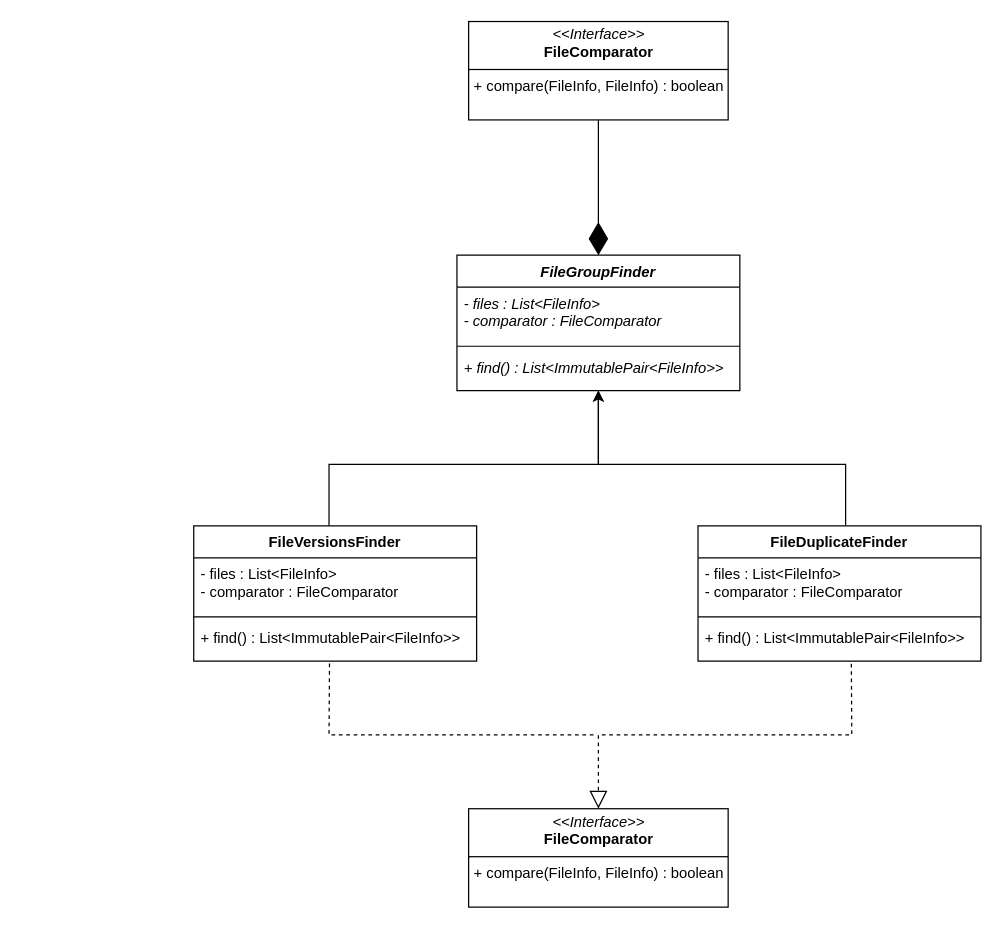
Before: page "finders" (2 of 5) of resources/class-diagrams.drawio in Mateusz2734/filesystem-cleaner, a draw.io diagram. Source tidied: cells renumbered, new cells numbered last; positions are measured from the earlier drawing's top-left corner, leaving out a move shared by most shapes. Both pictures are drawn from the tidied source at 123%, with x=0, y=0 at pixel (193, 21).
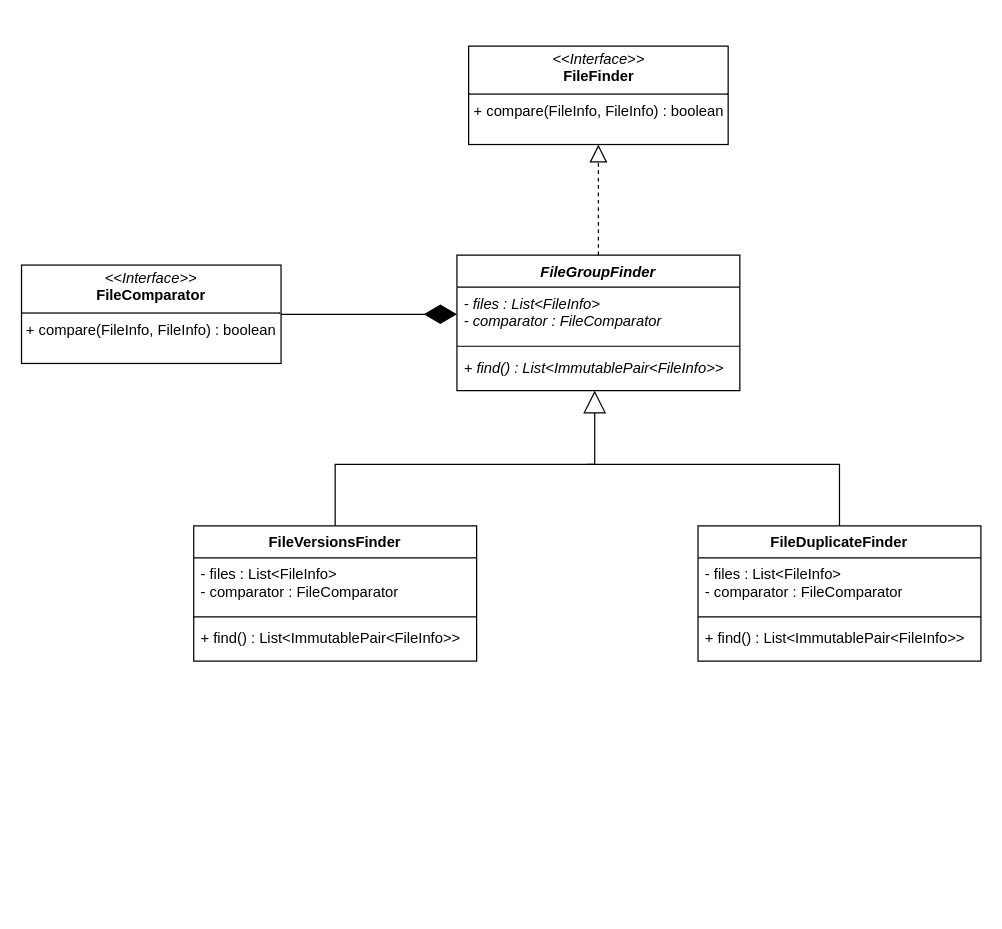
The same page after the edit.

Unchanged cells that the change refers to:
```xml
<mxCell id="2" value="&lt;i&gt;FileGroupFinder&lt;/i&gt;" style="swimlane;fontStyle=1;align=center;verticalAlign=top;horizontal=1;startSize=26;whiteSpace=wrap;html=1;" parent="1" vertex="1">
  <mxGeometry x="214" y="190" width="230" height="110" as="geometry" />
</mxCell>
<mxCell id="3" value="&lt;i&gt;- files : List&amp;lt;FileInfo&amp;gt;&lt;/i&gt;&lt;div&gt;&lt;i&gt;- comparator : FileComparator&lt;/i&gt;&lt;/div&gt;" style="text;strokeColor=none;fillColor=none;align=left;verticalAlign=top;spacingLeft=4;spacingRight=4;overflow=hidden;points=[[0,0.5],[1,0.5]];portConstraint=eastwest;whiteSpace=wrap;html=1;" parent="2" vertex="1">
  <mxGeometry y="26" width="230" height="44" as="geometry" />
</mxCell>
<mxCell id="7" value="FileDuplicateFinder" style="swimlane;fontStyle=1;align=center;verticalAlign=top;horizontal=1;startSize=26;whiteSpace=wrap;html=1;" parent="1" vertex="1">
  <mxGeometry x="410" y="410" width="230" height="110" as="geometry" />
</mxCell>
<mxCell id="10" value="+ find() : List&amp;lt;ImmutablePair&amp;lt;FileInfo&amp;gt;&amp;gt;&lt;div&gt;&lt;br&gt;&lt;/div&gt;" style="text;strokeColor=none;fillColor=none;align=left;verticalAlign=top;spacingLeft=4;spacingRight=4;overflow=hidden;points=[[0,0.5],[1,0.5]];portConstraint=eastwest;whiteSpace=wrap;html=1;" parent="7" vertex="1">
  <mxGeometry y="78" width="230" height="32" as="geometry" />
</mxCell>
<mxCell id="12" value="FileVersionsFinder" style="swimlane;fontStyle=1;align=center;verticalAlign=top;horizontal=1;startSize=26;whiteSpace=wrap;html=1;" parent="1" vertex="1">
  <mxGeometry y="410" width="230" height="110" as="geometry" />
</mxCell>
<mxCell id="15" value="+ find() : List&amp;lt;ImmutablePair&amp;lt;FileInfo&amp;gt;&amp;gt;&lt;div&gt;&lt;br&gt;&lt;/div&gt;" style="text;strokeColor=none;fillColor=none;align=left;verticalAlign=top;spacingLeft=4;spacingRight=4;overflow=hidden;points=[[0,0.5],[1,0.5]];portConstraint=eastwest;whiteSpace=wrap;html=1;" parent="12" vertex="1">
  <mxGeometry y="78" width="230" height="32" as="geometry" />
</mxCell>
```

Change to the diagram source:
```diff
@@
-    <mxCell id="6" style="edgeStyle=orthogonalEdgeStyle;rounded=0;jettySize=auto;html=1;" parent="1" edge="1" source="7">
-      <mxGeometry relative="1" as="geometry">
-        <mxPoint x="329" y="300" as="targetPoint" />
-        <Array as="points">
-          <mxPoint x="530" y="360" />
-          <mxPoint x="329" y="360" />
-        </Array>
-      </mxGeometry>
-    </mxCell>
@@
-    <mxCell id="11" style="edgeStyle=orthogonalEdgeStyle;rounded=0;jettySize=auto;html=1;" parent="1" edge="1" source="12">
-      <mxGeometry relative="1" as="geometry">
-        <mxPoint x="329" y="300" as="targetPoint" />
-        <Array as="points">
-          <mxPoint x="110" y="360" />
-          <mxPoint x="329" y="360" />
-        </Array>
-      </mxGeometry>
-    </mxCell>
@@
     <mxCell id="16" value="&lt;p style=&quot;margin:0px;margin-top:4px;text-align:center;&quot;&gt;&lt;i&gt;&amp;lt;&amp;lt;Interface&amp;gt;&amp;gt;&lt;/i&gt;&lt;br&gt;&lt;b&gt;FileComparator&lt;/b&gt;&lt;/p&gt;&lt;hr size=&quot;1&quot; style=&quot;border-style:solid;&quot;&gt;&lt;p style=&quot;margin:0px;margin-left:4px;&quot;&gt;+ compare(FileInfo, FileInfo) : boolean&amp;nbsp;&lt;/p&gt;" style="verticalAlign=top;align=left;overflow=fill;html=1;whiteSpace=wrap;" parent="1" vertex="1">
-      <mxGeometry x="223.5" width="211" height="80" as="geometry" />
+      <mxGeometry x="-140" y="198" width="211" height="80" as="geometry" />
     </mxCell>
-    <mxCell id="17" style="endArrow=diamondThin;endFill=1;endSize=24;html=1;rounded=0;entryX=0.5;entryY=0;entryDx=0;entryDy=0;exitX=0.5;exitY=1;exitDx=0;exitDy=0;" parent="1" edge="1" source="16" target="2">
+    <mxCell id="17" style="endArrow=diamondThin;endFill=1;endSize=24;html=1;rounded=0;entryX=0;entryY=0.5;entryDx=0;entryDy=0;exitX=1;exitY=0.5;exitDx=0;exitDy=0;" parent="1" edge="1" source="16" target="3">
       <mxGeometry relative="1" as="geometry" />
     </mxCell>
-    <mxCell id="18" value="&lt;p style=&quot;margin:0px;margin-top:4px;text-align:center;&quot;&gt;&lt;i&gt;&amp;lt;&amp;lt;Interface&amp;gt;&amp;gt;&lt;/i&gt;&lt;br&gt;&lt;b&gt;FileComparator&lt;/b&gt;&lt;/p&gt;&lt;hr size=&quot;1&quot; style=&quot;border-style:solid;&quot;&gt;&lt;p style=&quot;margin:0px;margin-left:4px;&quot;&gt;+ compare(FileInfo, FileInfo) : boolean&amp;nbsp;&lt;/p&gt;" style="verticalAlign=top;align=left;overflow=fill;html=1;whiteSpace=wrap;" parent="1" vertex="1">
-      <mxGeometry x="223.5" y="640" width="211" height="80" as="geometry" />
+    <mxCell id="18" value="&lt;p style=&quot;margin:0px;margin-top:4px;text-align:center;&quot;&gt;&lt;i&gt;&amp;lt;&amp;lt;Interface&amp;gt;&amp;gt;&lt;/i&gt;&lt;br&gt;&lt;b&gt;FileFinder&lt;/b&gt;&lt;/p&gt;&lt;hr size=&quot;1&quot; style=&quot;border-style:solid;&quot;&gt;&lt;p style=&quot;margin:0px;margin-left:4px;&quot;&gt;+ compare(FileInfo, FileInfo) : boolean&amp;nbsp;&lt;/p&gt;" style="verticalAlign=top;align=left;overflow=fill;html=1;whiteSpace=wrap;" parent="1" vertex="1">
+      <mxGeometry x="223.5" y="20" width="211" height="80" as="geometry" />
     </mxCell>
-    <mxCell id="19" style="endArrow=block;dashed=1;endFill=0;endSize=12;html=1;rounded=0;entryX=0.5;entryY=0;entryDx=0;entryDy=0;exitX=0.542;exitY=1.068;exitDx=0;exitDy=0;exitPerimeter=0;" parent="1" edge="1" source="10" target="18">
-      <mxGeometry relative="1" as="geometry">
-        <Array as="points">
-          <mxPoint x="535" y="580" />
-          <mxPoint x="329" y="580" />
-        </Array>
-      </mxGeometry>
+    <mxCell id="19" style="endArrow=block;dashed=1;endFill=0;endSize=12;html=1;rounded=0;entryX=0.5;entryY=1;entryDx=0;entryDy=0;exitX=0.5;exitY=0;exitDx=0;exitDy=0;" parent="1" edge="1" source="2" target="18">
+      <mxGeometry relative="1" as="geometry" />
     </mxCell>
-    <mxCell id="20" style="endArrow=none;dashed=1;html=1;rounded=0;entryX=0.48;entryY=1.031;entryDx=0;entryDy=0;entryPerimeter=0;" parent="1" edge="1" target="15">
-      <mxGeometry relative="1" as="geometry">
-        <mxPoint x="325" y="580" as="sourcePoint" />
-        <Array as="points">
-          <mxPoint x="110" y="580" />
-        </Array>
-      </mxGeometry>
-    </mxCell>
+    <mxCell id="21" style="endArrow=block;endSize=16;endFill=0;html=1;rounded=0;exitX=0.5;exitY=0;exitDx=0;exitDy=0;" parent="1" edge="1" source="12">
+      <mxGeometry relative="1" as="geometry">
+        <mxPoint x="326" y="300" as="targetPoint" />
+        <Array as="points">
+          <mxPoint x="115" y="360" />
+          <mxPoint x="326" y="360" />
+        </Array>
+      </mxGeometry>
+    </mxCell>
+    <mxCell id="22" style="endArrow=none;html=1;rounded=0;entryX=0.5;entryY=0;entryDx=0;entryDy=0;" parent="1" edge="1" target="7">
+      <mxGeometry relative="1" as="geometry">
+        <mxPoint x="320" y="360" as="sourcePoint" />
+        <Array as="points">
+          <mxPoint x="525" y="360" />
+        </Array>
+      </mxGeometry>
+    </mxCell>
```
